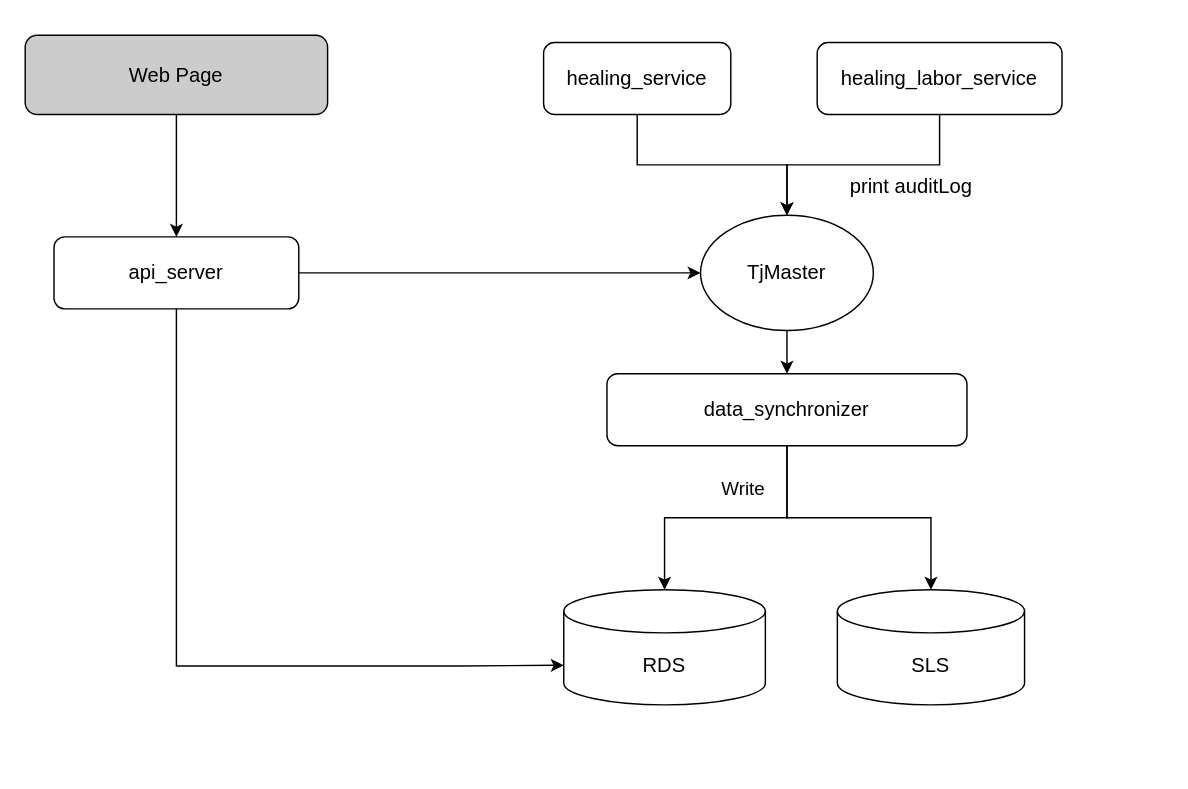
HellenWang/12 keeps this draw.io diagram as 未命名绘图.drawio. Above is the earlier version. Source tidied: cells renumbered, new cells numbered last; positions are measured from the earlier drawing's top-left corner, leaving out a move shared by most shapes. Both pictures are drawn from the tidied source at 144%, with x=0, y=0 at pixel (24, 35).
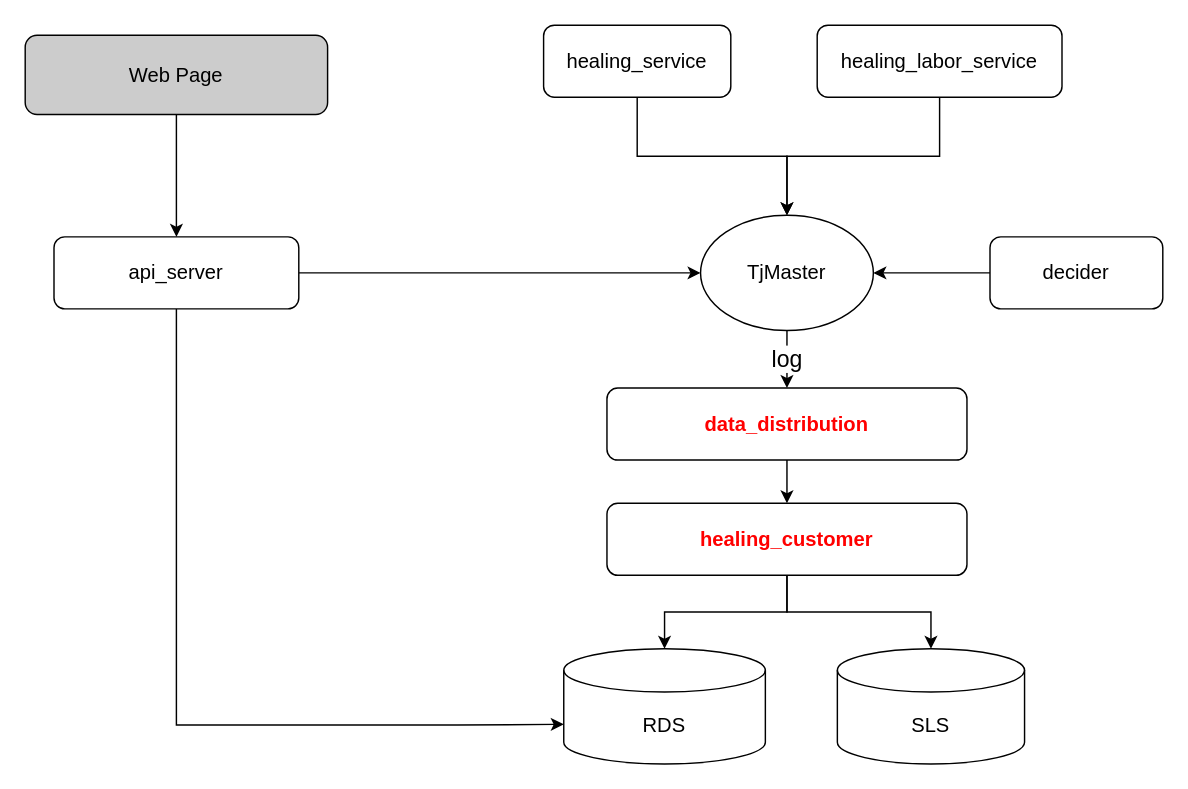
The same page after the edit.

Commit message:
更新未命名绘图.drawio

Unchanged cells that the change refers to:
```xml
<mxCell id="10" value="api_server" style="rounded=1;whiteSpace=wrap;html=1;fontSize=14;" parent="1" vertex="1">
  <mxGeometry x="20" y="140" width="170" height="50" as="geometry" />
</mxCell>
<mxCell id="14" value="TjMaster" style="ellipse;whiteSpace=wrap;html=1;fontSize=14;fillColor=#FFFFFF;" parent="1" vertex="1">
  <mxGeometry x="469" y="125" width="120" height="80" as="geometry" />
</mxCell>
```

What changed in the source:
```diff
@@
     <mxCell id="3" value="healing_service" style="rounded=1;whiteSpace=wrap;html=1;fontSize=14;" parent="1" vertex="1">
-      <mxGeometry x="360" y="5" width="130" height="50" as="geometry" />
+      <mxGeometry x="360" y="-7" width="130" height="50" as="geometry" />
     </mxCell>
@@
     <mxCell id="5" value="healing_labor_service" style="rounded=1;whiteSpace=wrap;html=1;fontSize=14;" parent="1" vertex="1">
-      <mxGeometry x="550" y="5" width="170" height="50" as="geometry" />
+      <mxGeometry x="550" y="-7" width="170" height="50" as="geometry" />
     </mxCell>
     <mxCell id="6" value="SLS" style="shape=cylinder3;whiteSpace=wrap;html=1;boundedLbl=1;backgroundOutline=1;size=15;fontSize=14;" parent="1" vertex="1">
-      <mxGeometry x="564" y="385" width="130" height="80" as="geometry" />
+      <mxGeometry x="564" y="426" width="130" height="80" as="geometry" />
     </mxCell>
-    <mxCell id="7" value="print auditLog" style="text;html=1;align=center;verticalAlign=middle;fontSize=14;" parent="1" vertex="1">
-      <mxGeometry x="565" y="95" width="100" height="20" as="geometry" />
-    </mxCell>
@@
     <mxCell id="9" style="edgeStyle=orthogonalEdgeStyle;rounded=0;jettySize=auto;html=1;entryX=0;entryY=0;entryDx=0;entryDy=52.5;entryPerimeter=0;fontSize=13;" parent="1" edge="1" source="10" target="18">
       <mxGeometry relative="1" as="geometry">
         <Array as="points">
-          <mxPoint x="105" y="438" />
-          <mxPoint x="300" y="438" />
+          <mxPoint x="105" y="479" />
+          <mxPoint x="300" y="479" />
         </Array>
       </mxGeometry>
     </mxCell>
@@
-    <mxCell id="13" style="edgeStyle=orthogonalEdgeStyle;rounded=0;jettySize=auto;html=1;entryX=0.5;entryY=0;entryDx=0;entryDy=0;fontSize=16;" parent="1" edge="1" source="14" target="17">
+    <mxCell id="13" value="log" style="edgeStyle=orthogonalEdgeStyle;rounded=0;jettySize=auto;html=1;fontSize=16;entryX=0.5;entryY=0;entryDx=0;entryDy=0;" parent="1" edge="1" source="14" target="23">
       <mxGeometry relative="1" as="geometry" />
     </mxCell>
@@
-    <mxCell id="17" value="data_synchronizer" style="rounded=1;whiteSpace=wrap;html=1;fontSize=14;" parent="1" vertex="1">
-      <mxGeometry x="404" y="235" width="250" height="50" as="geometry" />
+    <mxCell id="17" value="healing_customer" style="rounded=1;whiteSpace=wrap;html=1;fontSize=14;fontStyle=1;fontColor=#FF0000;" parent="1" vertex="1">
+      <mxGeometry x="404" y="325" width="250" height="50" as="geometry" />
     </mxCell>
     <mxCell id="18" value="RDS" style="shape=cylinder3;whiteSpace=wrap;html=1;boundedLbl=1;backgroundOutline=1;size=15;fontSize=14;" parent="1" vertex="1">
-      <mxGeometry x="374" y="385" width="140" height="80" as="geometry" />
+      <mxGeometry x="374" y="426" width="140" height="80" as="geometry" />
     </mxCell>
-    <mxCell id="19" value="Write" style="text;html=1;strokeColor=none;fillColor=none;align=center;verticalAlign=middle;whiteSpace=wrap;rounded=0;fontSize=13;" parent="1" vertex="1">
-      <mxGeometry x="479" y="305" width="40" height="20" as="geometry" />
-    </mxCell>
+    <mxCell id="20" style="edgeStyle=orthogonalEdgeStyle;rounded=0;jettySize=auto;html=1;fontSize=16;" parent="1" edge="1" source="21" target="14">
+      <mxGeometry relative="1" as="geometry" />
+    </mxCell>
+    <mxCell id="21" value="decider" style="rounded=1;whiteSpace=wrap;html=1;fontSize=14;" parent="1" vertex="1">
+      <mxGeometry x="670" y="140" width="120" height="50" as="geometry" />
+    </mxCell>
+    <mxCell id="22" style="edgeStyle=orthogonalEdgeStyle;rounded=0;jettySize=auto;html=1;fontSize=16;" parent="1" edge="1" source="23" target="17">
+      <mxGeometry relative="1" as="geometry" />
+    </mxCell>
+    <mxCell id="23" value="data_distribution" style="rounded=1;whiteSpace=wrap;html=1;fontSize=14;fontColor=#FF0000;fontStyle=1;" parent="1" vertex="1">
+      <mxGeometry x="404" y="245" width="250" height="50" as="geometry" />
+    </mxCell>
```
